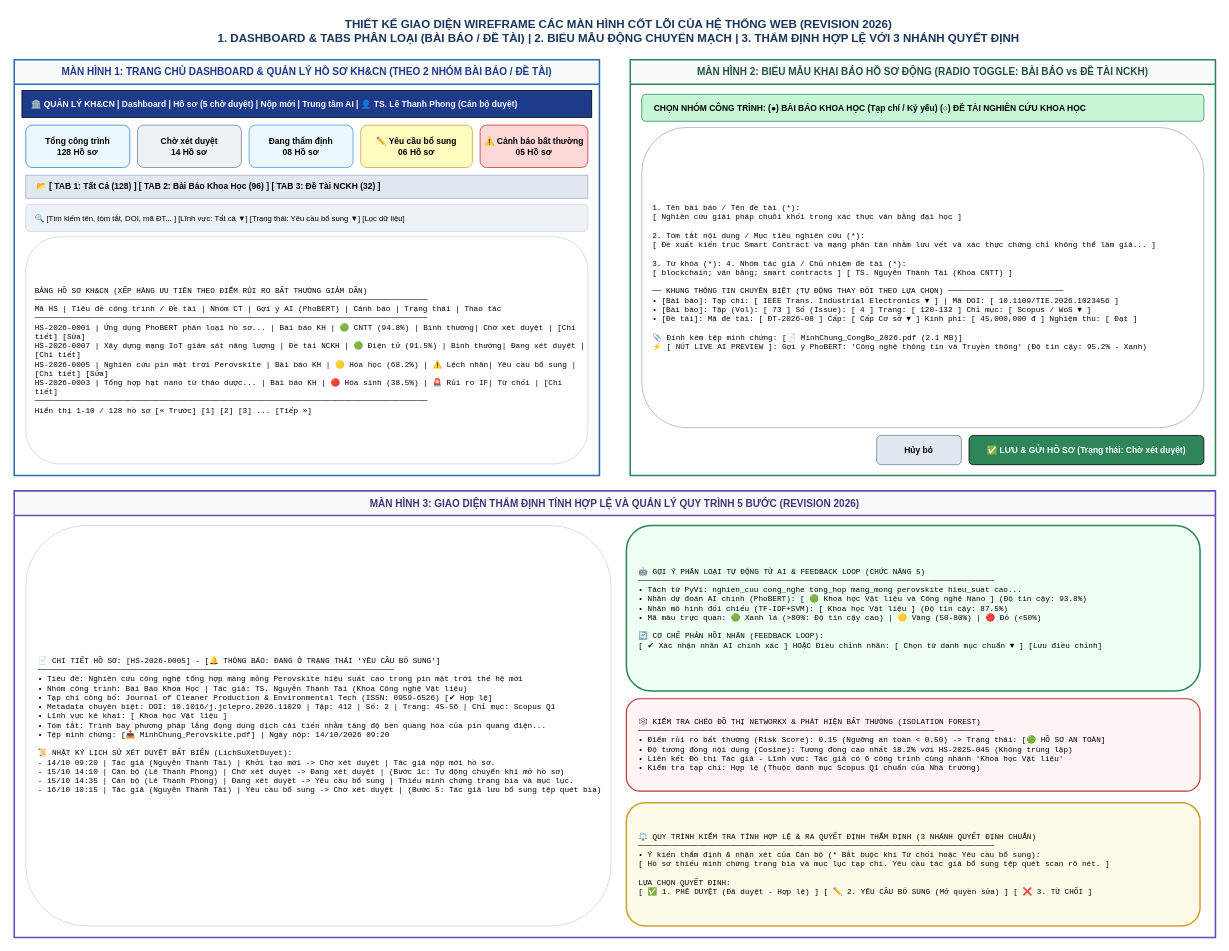
The draw.io diagram diagrams/05_Wireframe_GiaoDien_HeThong.drawio in nguyenthanhphat-144/KLCN_2026, before the edit. Source tidied: cells renumbered, new cells numbered last; positions are measured from the earlier drawing's top-left corner, leaving out a move shared by most shapes. Both pictures are drawn from the tidied source at 77%, with x=0, y=0 at pixel (14, 13).
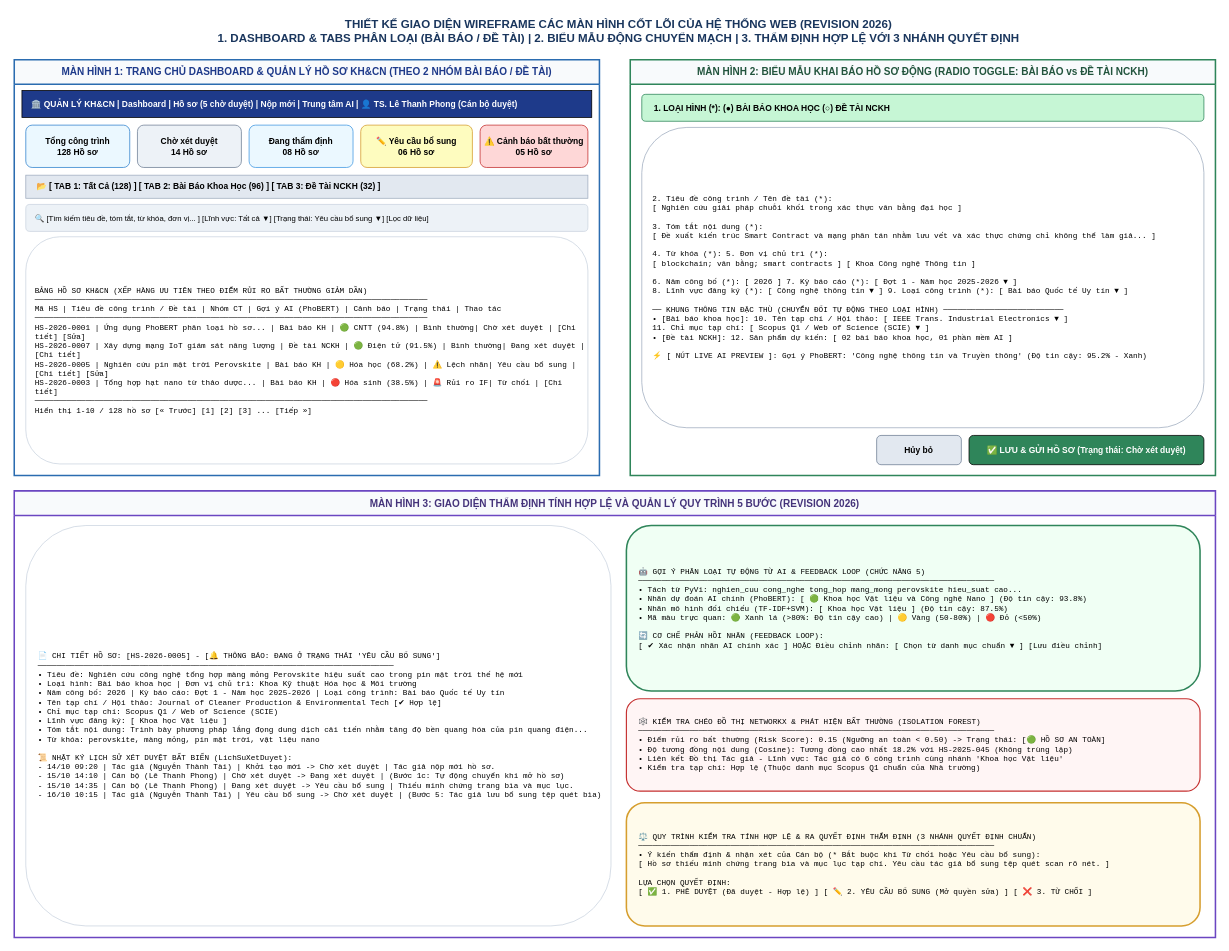
The same diagram, later.

The change refers to these unchanged cells:
```xml
<mxCell id="3" value="MÀN HÌNH 1: TRANG CHỦ DASHBOARD &amp; QUẢN LÝ HỒ SƠ KH&amp;CN (THEO 2 NHÓM BÀI BÁO / ĐỀ TÀI)" style="swimlane;whiteSpace=wrap;html=1;startSize=32;fillColor=#F8FAFC;strokeColor=#2B6CB0;strokeWidth=2;fontStyle=1;fontSize=13;fontColor=#1E3A8A;" parent="1" vertex="1">
  <mxGeometry y="60" width="760" height="540" as="geometry" />
</mxCell>
<mxCell id="13" value="MÀN HÌNH 2: BIỂU MẪU KHAI BÁO HỒ SƠ ĐỘNG (RADIO TOGGLE: BÀI BÁO vs ĐỀ TÀI NCKH)" style="swimlane;whiteSpace=wrap;html=1;startSize=32;fillColor=#F8FAFC;strokeColor=#2F855A;strokeWidth=2;fontStyle=1;fontSize=13;fontColor=#22543D;" parent="1" vertex="1">
  <mxGeometry x="800" y="60" width="760" height="540" as="geometry" />
</mxCell>
<mxCell id="18" value="MÀN HÌNH 3: GIAO DIỆN THẨM ĐỊNH TÍNH HỢP LỆ VÀ QUẢN LÝ QUY TRÌNH 5 BƯỚC (REVISION 2026)" style="swimlane;whiteSpace=wrap;html=1;startSize=32;fillColor=#F8FAFC;strokeColor=#6B46C1;strokeWidth=2;fontStyle=1;fontSize=13;fontColor=#44337A;" parent="1" vertex="1">
  <mxGeometry y="620" width="1560" height="580" as="geometry" />
</mxCell>
```

Change to the diagram source:
```diff
@@
-    <mxCell id="11" value="🔍 [Tìm kiếm tên, tóm tắt, DOI, mã ĐT...      ]   [Lĩnh vực: Tất cả ▼]   [Trạng thái: Yêu cầu bổ sung ▼]   [Lọc dữ liệu]" style="rounded=1;whiteSpace=wrap;html=1;fillColor=#EDF2F7;strokeColor=#CBD5E0;fontSize=10;align=left;spacingLeft=10;" parent="3" vertex="1">
+    <mxCell id="11" value="🔍 [Tìm kiếm tiêu đề, tóm tắt, từ khóa, đơn vị... ]   [Lĩnh vực: Tất cả ▼]   [Trạng thái: Yêu cầu bổ sung ▼]   [Lọc dữ liệu]" style="rounded=1;whiteSpace=wrap;html=1;fillColor=#EDF2F7;strokeColor=#CBD5E0;fontSize=10;align=left;spacingLeft=10;" parent="3" vertex="1">
       <mxGeometry x="15" y="188" width="730" height="35" as="geometry" />
     </mxCell>
@@
-    <mxCell id="14" value="CHỌN NHÓM CÔNG TRÌNH:    (●) BÀI BÁO KHOA HỌC (Tạp chí / Kỷ yếu)        (○) ĐỀ TÀI NGHIÊN CỨU KHOA HỌC" style="rounded=1;whiteSpace=wrap;html=1;fillColor=#C6F6D5;strokeColor=#2F855A;fontStyle=1;fontSize=11;align=left;spacingLeft=14;" parent="13" vertex="1">
+    <mxCell id="14" value="1. LOẠI HÌNH (*):        (●) BÀI BÁO KHOA HỌC                    (○) ĐỀ TÀI NCKH" style="rounded=1;whiteSpace=wrap;html=1;fillColor=#C6F6D5;strokeColor=#2F855A;fontStyle=1;fontSize=11;align=left;spacingLeft=14;" parent="13" vertex="1">
       <mxGeometry x="15" y="45" width="730" height="35" as="geometry" />
     </mxCell>
-    <mxCell id="15" value="1. Tên bài báo / Tên đề tài (*):&#10;   [ Nghiên cứu giải pháp chuỗi khối trong xác thực văn bằng đại học                                         ]&#10;&#10;2. Tóm tắt nội dung / Mục tiêu nghiên cứu (*):&#10;   [ Đề xuất kiến trúc Smart Contract và mạng phân tán nhằm lưu vết và xác thực chứng chỉ không thể làm giả... ]&#10;&#10;3. Từ khóa (*):                                           4. Nhóm tác giả / Chủ nhiệm đề tài (*):&#10;   [ blockchain; văn bằng; smart contracts ]                 [ TS. Nguyễn Thành Tài (Khoa CNTT)               ]&#10;&#10;── KHUNG THÔNG TIN CHUYÊN BIỆT (TỰ ĐỘNG THAY ĐỔI THEO LỰA CHỌN) ─────────────────────────&#10;• [Bài báo]: Tạp chí: [ IEEE Trans. Industrial Electronics ▼ ]  |  Mã DOI: [ 10.1109/TIE.2026.1023456       ]&#10;• [Bài báo]: Tập (Vol): [ 73 ]    Số (Issue): [ 4 ]    Trang: [ 120-132 ]    Chỉ mục: [ Scopus / WoS        ▼ ]&#10;• [Đề tài]:  Mã đề tài: [ ĐT-2026-08 ]    Cấp: [ Cấp Cơ sở ▼ ]    Kinh phí: [ 45,000,000 đ ]    Nghiệm thu: [ Đạt ]&#10;&#10;📎 Đính kèm tệp minh chứng: [📄 MinhChung_CongBo_2026.pdf (2.1 MB)]&#10;⚡ [ NÚT LIVE AI PREVIEW ]: Gợi ý PhoBERT: 'Công nghệ thông tin và Truyền thông' (Độ tin cậy: 95.2% - Xanh)" style="rounded=1;whiteSpace=wrap;html=1;fillColor=#FFFFFF;strokeColor=#A0AEC0;fontFamily=Courier New;fontSize=10;align=left;spacingLeft=12;" parent="13" vertex="1">
+    <mxCell id="15" value="2. Tiêu đề công trình / Tên đề tài (*):&#10;   [ Nghiên cứu giải pháp chuỗi khối trong xác thực văn bằng đại học                                         ]&#10;&#10;3. Tóm tắt nội dung (*):&#10;   [ Đề xuất kiến trúc Smart Contract và mạng phân tán nhằm lưu vết và xác thực chứng chỉ không thể làm giả... ]&#10;&#10;4. Từ khóa (*):                                           5. Đơn vị chủ trì (*):&#10;   [ blockchain; văn bằng; smart contracts ]                 [ Khoa Công nghệ Thông tin                      ]&#10;&#10;6. Năm công bố (*): [ 2026 ]                              7. Kỳ báo cáo (*): [ Đợt 1 - Năm học 2025-2026  ▼ ]&#10;8. Lĩnh vực đăng ký (*): [ Công nghệ thông tin ▼ ]        9. Loại công trình (*): [ Bài báo Quốc tế Uy tín ▼ ]&#10;&#10;── KHUNG THÔNG TIN ĐẶC THÙ (CHUYỂN ĐỔI TỰ ĐỘNG THEO LOẠI HÌNH) ──────────────────────────&#10;• [Bài báo khoa học]: 10. Tên tạp chí / Hội thảo: [ IEEE Trans. Industrial Electronics ▼ ]&#10;                      11. Chỉ mục tạp chí:        [ Scopus Q1 / Web of Science (SCIE)  ▼ ]&#10;• [Đề tài NCKH]:      12. Sản phẩm dự kiến:       [ 02 bài báo khoa học, 01 phần mềm AI  ]&#10;&#10;⚡ [ NÚT LIVE AI PREVIEW ]: Gợi ý PhoBERT: 'Công nghệ thông tin và Truyền thông' (Độ tin cậy: 95.2% - Xanh)" style="rounded=1;whiteSpace=wrap;html=1;fillColor=#FFFFFF;strokeColor=#A0AEC0;fontFamily=Courier New;fontSize=10;align=left;spacingLeft=12;" parent="13" vertex="1">
       <mxGeometry x="15" y="88" width="730" height="390" as="geometry" />
     </mxCell>
@@
-    <mxCell id="19" value="📄 CHI TIẾT HỒ SƠ: [HS-2026-0005] - [🔔 THÔNG BÁO: ĐANG Ở TRẠNG THÁI 'YÊU CẦU BỔ SUNG']&#10;─────────────────────────────────────────────────────────────────────────────&#10;• Tiêu đề: Nghiên cứu công nghệ tổng hợp màng mỏng Perovskite hiệu suất cao trong pin mặt trời thế hệ mới&#10;• Nhóm công trình: Bài Báo Khoa Học | Tác giả: TS. Nguyễn Thành Tài (Khoa Công nghệ Vật liệu)&#10;• Tạp chí công bố: Journal of Cleaner Production &amp; Environmental Tech (ISSN: 0959-6526) [✔ Hợp lệ]&#10;• Metadata chuyên biệt: DOI: 10.1016/j.jclepro.2026.11029 | Tập: 412 | Số: 2 | Trang: 45-56 | Chỉ mục: Scopus Q1&#10;• Lĩnh vực kê khai: [ Khoa học Vật liệu ]&#10;• Tóm tắt: Trình bày phương pháp lắng đọng dung dịch cải tiến nhằm tăng độ bền quang hóa của pin quang điện...&#10;• Tệp minh chứng: [📥 MinhChung_Perovskite.pdf]  |  Ngày nộp: 14/10/2026 09:20&#10;&#10;📜 NHẬT KÝ LỊCH SỬ XÉT DUYỆT BẤT BIẾN (LichSuXetDuyet):&#10;  - 14/10 09:20 | Tác giả (Nguyễn Thành Tài) | Khởi tạo mới -&gt; Chờ xét duyệt | Tác giả nộp mới hồ sơ.&#10;  - 15/10 14:10 | Cán bộ (Lê Thanh Phong)     | Chờ xét duyệt -&gt; Đang xét duyệt | (Bước 1c: Tự động chuyển khi mở hồ sơ)&#10;  - 15/10 14:35 | Cán bộ (Lê Thanh Phong)     | Đang xét duyệt -&gt; Yêu cầu bổ sung | Thiếu minh chứng trang bìa và mục lục.&#10;  - 16/10 10:15 | Tác giả (Nguyễn Thành Tài) | Yêu cầu bổ sung -&gt; Chờ xét duyệt | (Bước 5: Tác giả lưu bổ sung tệp quét bìa)" style="rounded=1;whiteSpace=wrap;html=1;fillColor=#FFFFFF;strokeColor=#CBD5E0;fontFamily=Courier New;fontSize=10;align=left;spacingLeft=14;" parent="18" vertex="1">
+    <mxCell id="19" value="📄 CHI TIẾT HỒ SƠ: [HS-2026-0005] - [🔔 THÔNG BÁO: ĐANG Ở TRẠNG THÁI 'YÊU CẦU BỔ SUNG']&#10;─────────────────────────────────────────────────────────────────────────────&#10;• Tiêu đề: Nghiên cứu công nghệ tổng hợp màng mỏng Perovskite hiệu suất cao trong pin mặt trời thế hệ mới&#10;• Loại hình: Bài báo khoa học | Đơn vị chủ trì: Khoa Kỹ thuật Hóa học &amp; Môi trường&#10;• Năm công bố: 2026 | Kỳ báo cáo: Đợt 1 - Năm học 2025-2026 | Loại công trình: Bài báo Quốc tế Uy tín&#10;• Tên tạp chí / Hội thảo: Journal of Cleaner Production &amp; Environmental Tech [✔ Hợp lệ]&#10;• Chỉ mục tạp chí: Scopus Q1 / Web of Science (SCIE)&#10;• Lĩnh vực đăng ký: [ Khoa học Vật liệu ]&#10;• Tóm tắt nội dung: Trình bày phương pháp lắng đọng dung dịch cải tiến nhằm tăng độ bền quang hóa của pin quang điện...&#10;• Từ khóa: perovskite, màng mỏng, pin mặt trời, vật liệu nano&#10;&#10;📜 NHẬT KÝ LỊCH SỬ XÉT DUYỆT BẤT BIẾN (LichSuXetDuyet):&#10;  - 14/10 09:20 | Tác giả (Nguyễn Thành Tài) | Khởi tạo mới -&gt; Chờ xét duyệt | Tác giả nộp mới hồ sơ.&#10;  - 15/10 14:10 | Cán bộ (Lê Thanh Phong)     | Chờ xét duyệt -&gt; Đang xét duyệt | (Bước 1c: Tự động chuyển khi mở hồ sơ)&#10;  - 15/10 14:35 | Cán bộ (Lê Thanh Phong)     | Đang xét duyệt -&gt; Yêu cầu bổ sung | Thiếu minh chứng trang bìa và mục lục.&#10;  - 16/10 10:15 | Tác giả (Nguyễn Thành Tài) | Yêu cầu bổ sung -&gt; Chờ xét duyệt | (Bước 5: Tác giả lưu bổ sung tệp quét bìa)" style="rounded=1;whiteSpace=wrap;html=1;fillColor=#FFFFFF;strokeColor=#CBD5E0;fontFamily=Courier New;fontSize=10;align=left;spacingLeft=14;" parent="18" vertex="1">
       <mxGeometry x="15" y="45" width="760" height="520" as="geometry" />
     </mxCell>
```
